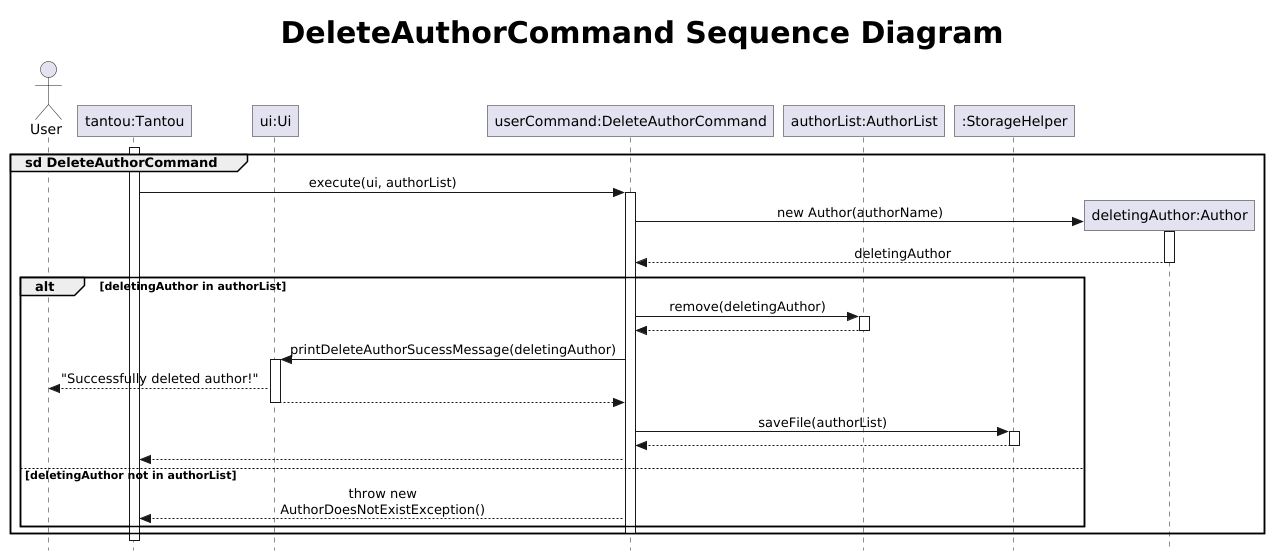
xenthm/tp keeps this PlantUML diagram as docs/uml/images/DeleteAuthorSequence.png. Above is the earlier version. The source it was exported from:
```plantuml
@startuml
!include .PlantUMLSequence.config
autoactivate off
skinparam maxMessageSize 250
title <size:30> DeleteAuthorCommand Sequence Diagram

actor User
participant "tantou:Tantou" as tantou
participant "ui:Ui" as ui
participant "userCommand:DeleteAuthorCommand" as userCommand
participant "authorList:AuthorList" as authorList
participant ":StorageHelper" as storage
participant "deletingAuthor:Author" as author

activate tantou
group sd DeleteAuthorCommand
    tantou -> userCommand : execute(ui, authorList)
    activate userCommand
    create author
    userCommand -> author : new Author(authorName)
    activate author
    author --> userCommand : deletingAuthor
    deactivate author

    alt deletingAuthor in authorList
        userCommand -> authorList : remove(deletingAuthor)
        activate authorList
        authorList --> userCommand
        deactivate authorList
        userCommand -> ui : printDeleteAuthorSucessMessage(deletingAuthor)
        activate ui
        ui --> User : "Successfully deleted author!"
        ui --> userCommand
        deactivate ui
        userCommand -> storage : saveFile(authorList)
        activate storage
        storage --> userCommand
        deactivate storage
        userCommand --> tantou
    else deletingAuthor not in authorList
        userCommand --> tantou : throw new AuthorDoesNotExistException()
    end
    deactivate userCommand
end
deactivate tantou
autoactivate on
@enduml
```
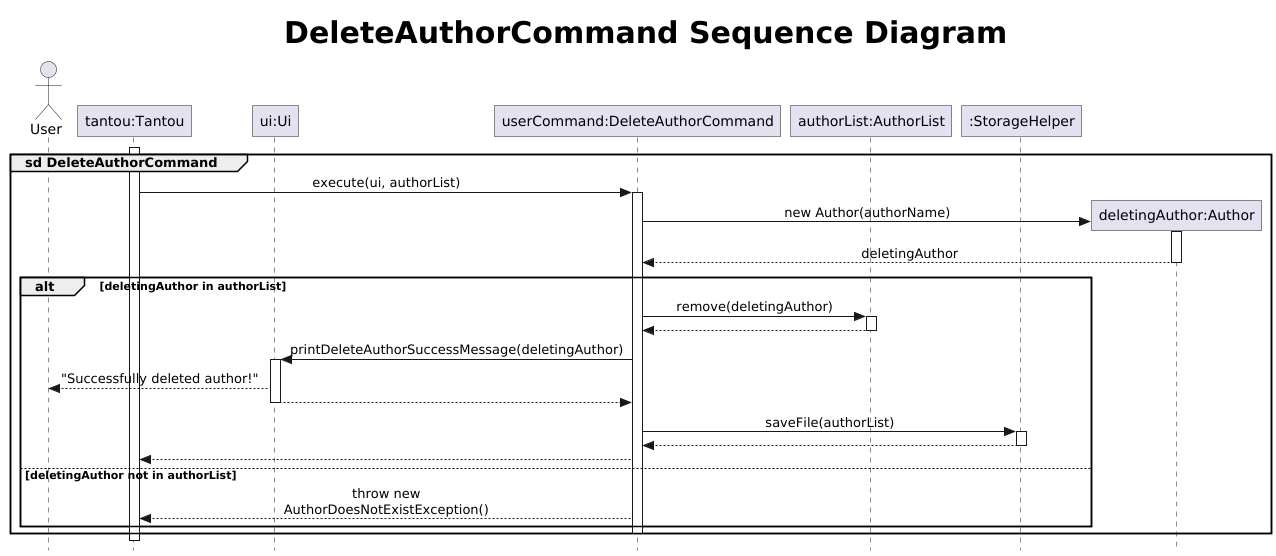
The same diagram one commit later.

Commit message:
Fix typos in sequence diagram

Diff of the diagram source:
```diff
@@ -27,7 +27,7 @@
         activate authorList
         authorList --> userCommand
         deactivate authorList
-        userCommand -> ui : printDeleteAuthorSucessMessage(deletingAuthor)
+        userCommand -> ui : printDeleteAuthorSuccessMessage(deletingAuthor)
         activate ui
         ui --> User : "Successfully deleted author!"
         ui --> userCommand
```
